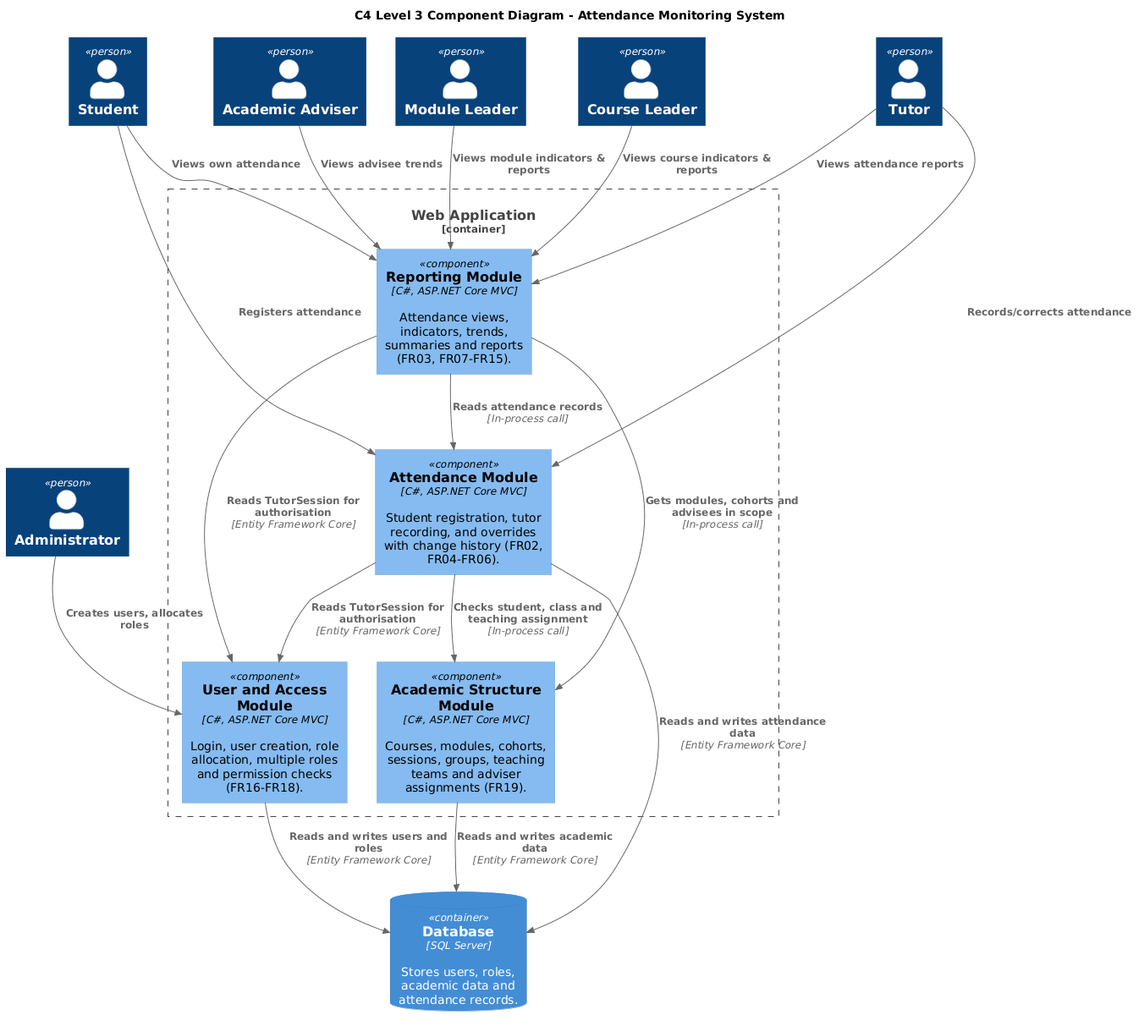
Earlier version of the PlantUML export out/diagrams/c4-level3-diagram/AttendanceMonitoringSystemC4L3.png (Shelly855/attendance-monitoring-copy). The source it was exported from:
```plantuml
@startuml
title C4 Level 3 Component Diagram - Attendance Monitoring System
!include https://raw.githubusercontent.com/plantuml-stdlib/C4-PlantUML/master/C4_Component.puml

Person(student, "Student")
Person(tutor, "Tutor")
Person(moduleLeader, "Module Leader")
Person(courseLeader, "Course Leader")
Person(adviser, "Academic Adviser")
Person(admin, "Administrator")

Container_Boundary(web, "Web Application") {
    Component(attendance, "Attendance Module", "C#, ASP.NET Core MVC", "Student registration, tutor recording, and overrides with change history (FR02, FR04-FR06).")
    Component(reporting, "Reporting Module", "C#, ASP.NET Core MVC", "Attendance views, indicators, trends, summaries and reports (FR03, FR07-FR15).")
    Component(access, "User and Access Module", "C#, ASP.NET Core MVC", "Login, user creation, role allocation, multiple roles and permission checks (FR16-FR18).")
    Component(academic, "Academic Structure Module", "C#, ASP.NET Core MVC", "Courses, modules, cohorts, sessions, groups, teaching teams and adviser assignments (FR19).")
}

ContainerDb(db, "Database", "SQL Server", "Stores users, roles, academic data and attendance records.")

Rel(student, attendance, "Registers attendance")
Rel(student, reporting, "Views own attendance")
Rel(tutor, attendance, "Records/corrects attendance")
Rel(tutor, reporting, "Views attendance reports")
Rel(moduleLeader, reporting, "Views module indicators & reports")
Rel(courseLeader, reporting, "Views course indicators & reports")
Rel(adviser, reporting, "Views advisee trends")
Rel(admin, access, "Creates users, allocates roles")

Rel(attendance, academic, "Checks student, class and teaching assignment", "In-process call")
Rel(attendance, access, "Reads TutorSession for authorisation", "Entity Framework Core")
Rel(reporting, attendance, "Reads attendance records", "In-process call")
Rel(reporting, academic, "Gets modules, cohorts and advisees in scope", "In-process call")
Rel(reporting, access, "Reads TutorSession for authorisation", "Entity Framework Core")

Rel(attendance, db, "Reads and writes attendance data", "Entity Framework Core")
Rel(access, db, "Reads and writes users and roles", "Entity Framework Core")
Rel(academic, db, "Reads and writes academic data", "Entity Framework Core")
@enduml
```
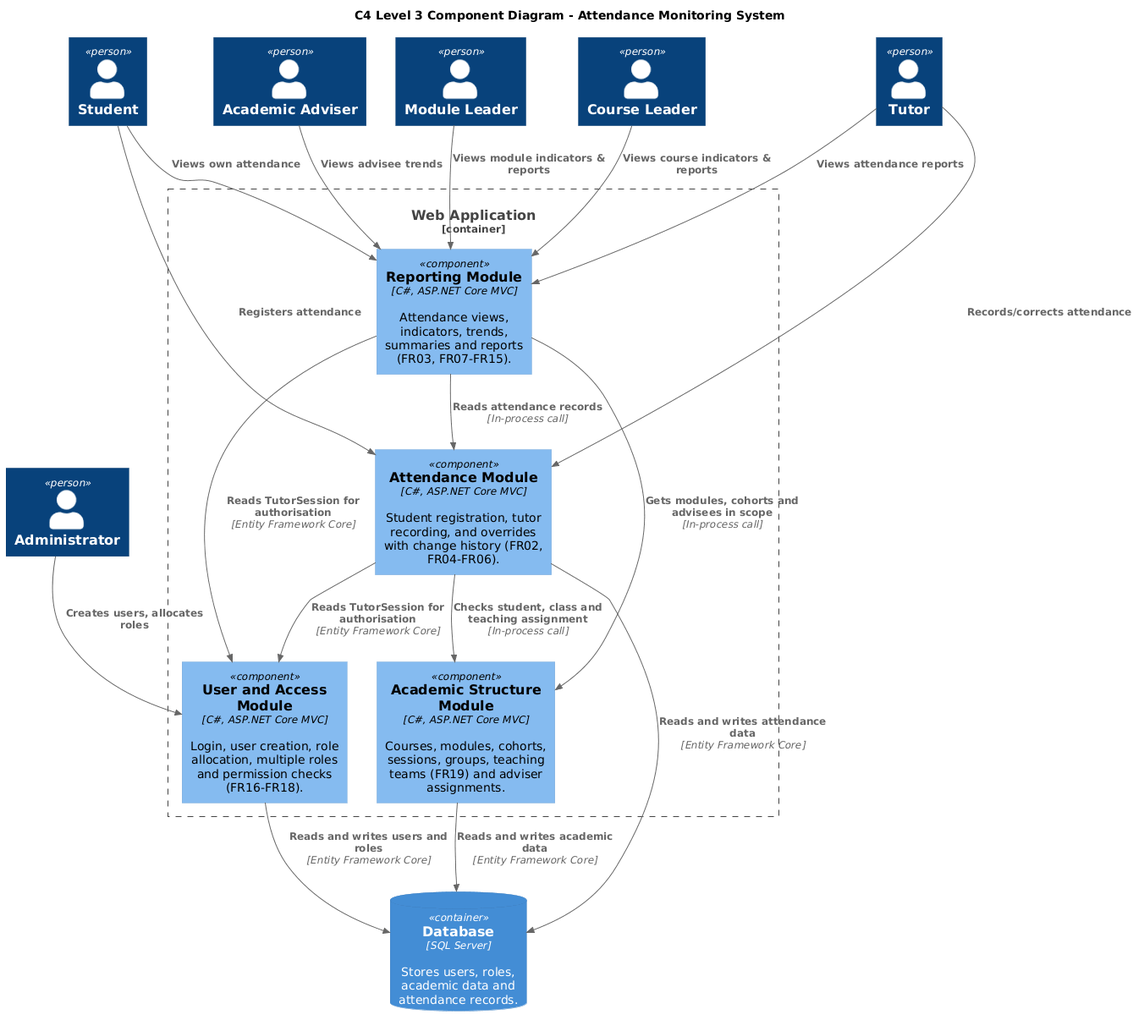
The same diagram one commit later.

Change to the diagram source:
```diff
@@ -13,7 +13,7 @@
     Component(attendance, "Attendance Module", "C#, ASP.NET Core MVC", "Student registration, tutor recording, and overrides with change history (FR02, FR04-FR06).")
     Component(reporting, "Reporting Module", "C#, ASP.NET Core MVC", "Attendance views, indicators, trends, summaries and reports (FR03, FR07-FR15).")
     Component(access, "User and Access Module", "C#, ASP.NET Core MVC", "Login, user creation, role allocation, multiple roles and permission checks (FR16-FR18).")
-    Component(academic, "Academic Structure Module", "C#, ASP.NET Core MVC", "Courses, modules, cohorts, sessions, groups, teaching teams and adviser assignments (FR19).")
+    Component(academic, "Academic Structure Module", "C#, ASP.NET Core MVC", "Courses, modules, cohorts, sessions, groups, teaching teams (FR19) and adviser assignments.")
 }
 
 ContainerDb(db, "Database", "SQL Server", "Stores users, roles, academic data and attendance records.")
```
